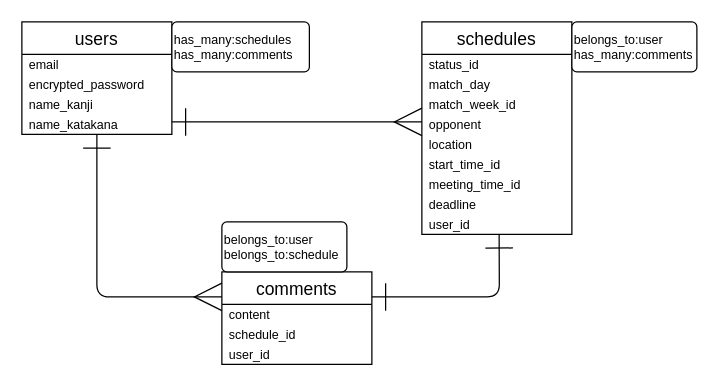
Earlier version of the draw.io diagram .dio (totototateyama/team). Source tidied: cells renumbered, new cells numbered last; positions are measured from the earlier drawing's top-left corner, leaving out a move shared by most shapes. Both pictures are drawn from the tidied source at 125%, with x=0, y=0 at pixel (21, 21).
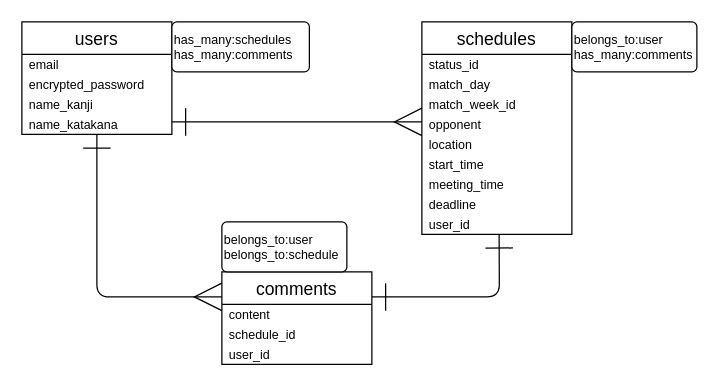
After the change.

The change refers to these unchanged cells:
```xml
<mxCell id="7" value="schedules" style="swimlane;fontStyle=0;horizontal=1;startSize=26;align=center;fontSize=14;spacing=0;" parent="1" vertex="1">
  <mxGeometry x="320" width="120" height="170" as="geometry" />
</mxCell>
```

Diff of the diagram source:
```diff
@@
-    <mxCell id="13" value="start_time_id" style="text;strokeColor=none;fillColor=none;spacingLeft=4;spacingRight=4;overflow=hidden;fontSize=10;verticalAlign=middle;" parent="7" vertex="1">
+    <mxCell id="13" value="start_time" style="text;strokeColor=none;fillColor=none;spacingLeft=4;spacingRight=4;overflow=hidden;fontSize=10;verticalAlign=middle;" parent="7" vertex="1">
       <mxGeometry y="106" width="120" height="16" as="geometry" />
     </mxCell>
-    <mxCell id="14" value="meeting_time_id" style="text;strokeColor=none;fillColor=none;spacingLeft=4;spacingRight=4;overflow=hidden;fontSize=10;verticalAlign=middle;" parent="7" vertex="1">
+    <mxCell id="14" value="meeting_time" style="text;strokeColor=none;fillColor=none;spacingLeft=4;spacingRight=4;overflow=hidden;fontSize=10;verticalAlign=middle;" parent="7" vertex="1">
       <mxGeometry y="122" width="120" height="16" as="geometry" />
     </mxCell>
```
